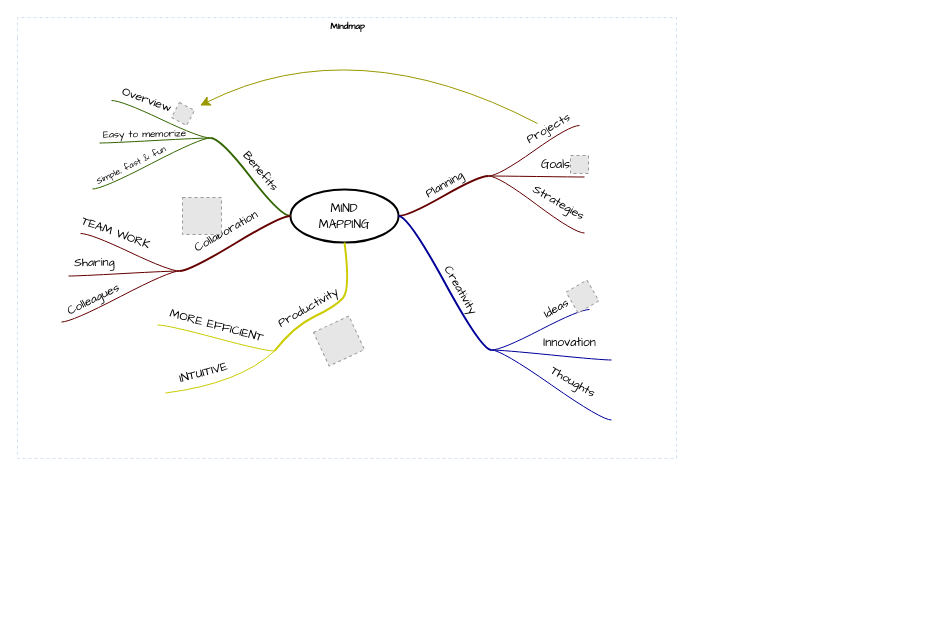
Above: mind_maps.drawio in majarall/majarall (draw.io), before the change. Source tidied: cells renumbered, new cells numbered last; positions are measured from the earlier drawing's top-left corner, leaving out a move shared by most shapes. Both pictures are drawn from the tidied source at 100%, with x=0, y=0 at pixel (17, 17). Pictures stored in the file or linked from it are replaced by grey dashed boxes.
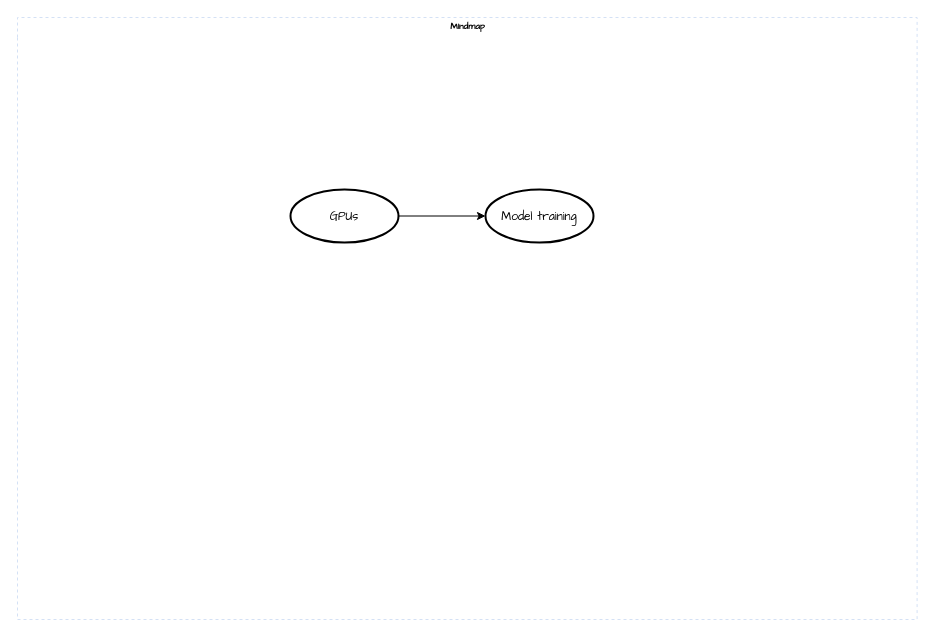
After the change.

Change to the diagram source:
```diff
@@
     <mxCell id="2" value="Mindmap" style="swimlane;html=1;startSize=20;horizontal=1;containerType=tree;labelBackgroundColor=none;strokeColor=#D4E1F5;strokeWidth=1;fillColor=none;fontFamily=Comic Sans MS;fontSize=9;swimlaneLine=0;dashed=1;" parent="1" vertex="1">
-      <mxGeometry width="659" height="441" as="geometry" />
+      <mxGeometry width="899.6" height="602" as="geometry" />
     </mxCell>
+    <mxCell id="72" style="edgeStyle=orthogonalEdgeStyle;rounded=0;jettySize=auto;html=1;entryX=0;entryY=0.5;entryDx=0;entryDy=0;" parent="2" edge="1" source="3" target="73">
+      <mxGeometry relative="1" as="geometry" />
+    </mxCell>
-    <mxCell id="3" value="&lt;font face=&quot;Comic Sans MS&quot;&gt;MIND&lt;br&gt;MAPPING&lt;/font&gt;" style="ellipse;whiteSpace=wrap;html=1;align=center;strokeWidth=2;" parent="2" vertex="1">
+    <mxCell id="3" value="&lt;font face=&quot;Comic Sans MS&quot;&gt;GPUs&lt;/font&gt;" style="ellipse;whiteSpace=wrap;html=1;align=center;strokeWidth=2;" parent="2" vertex="1">
       <mxGeometry x="273" y="172" width="108" height="53" as="geometry" />
     </mxCell>
-    <mxCell id="4" style="whiteSpace=wrap;html=1;rounded=1;arcSize=50;align=center;verticalAlign=middle;strokeWidth=1;spacing=4;" parent="2" vertex="1">
-      <mxGeometry x="471" y="158" height="1" as="geometry" />
-    </mxCell>
-    <mxCell id="5" style="edgeStyle=entityRelationEdgeStyle;startArrow=none;endArrow=none;segment=10;curved=1;strokeWidth=2;strokeColor=#660000;rounded=0;fontSize=12;startSize=8;endSize=8;" parent="2" edge="1" source="3" target="4">
-      <mxGeometry relative="1" as="geometry" />
-    </mxCell>
-    <mxCell id="6" value="Planning" style="text;html=1;align=center;verticalAlign=middle;labelBackgroundColor=none;rotation=-30;fontFamily=Comic Sans MS;" parent="5" vertex="1">
-      <mxGeometry x="0.02" y="2" relative="1" as="geometry">
-        <mxPoint x="1" y="-9" as="offset" />
-      </mxGeometry>
-    </mxCell>
-    <mxCell id="7" style="whiteSpace=wrap;html=1;rounded=1;arcSize=50;align=center;verticalAlign=middle;strokeWidth=1;spacing=4;" parent="2" vertex="1" collapsed="1">
-      <mxGeometry x="562" y="108" width="5" as="geometry" />
-    </mxCell>
-    <mxCell id="8" style="edgeStyle=entityRelationEdgeStyle;startArrow=none;endArrow=none;segment=10;curved=1;strokeColor=#660000;rounded=0;fontSize=12;startSize=8;endSize=8;" parent="2" edge="1" source="4" target="7">
-      <mxGeometry relative="1" as="geometry" />
-    </mxCell>
-    <mxCell id="9" value="Projects" style="text;html=1;points=[];align=center;verticalAlign=middle;labelBackgroundColor=none;fontFamily=Comic Sans MS;rotation=-30;" parent="8" vertex="1">
-      <mxGeometry x="0.26" relative="1" as="geometry">
-        <mxPoint x="3" y="-14" as="offset" />
-      </mxGeometry>
-    </mxCell>
-    <mxCell id="10" style="whiteSpace=wrap;html=1;rounded=1;arcSize=50;align=center;verticalAlign=middle;strokeWidth=1;spacing=4;" parent="2" vertex="1">
-      <mxGeometry x="567" y="159" height="1" as="geometry" />
-    </mxCell>
-    <mxCell id="11" style="edgeStyle=entityRelationEdgeStyle;startArrow=none;endArrow=none;segment=10;curved=1;strokeColor=#660000;rounded=0;fontSize=12;startSize=8;endSize=8;" parent="2" edge="1" source="4" target="10">
-      <mxGeometry relative="1" as="geometry" />
-    </mxCell>
-    <mxCell id="12" value="Goals" style="text;html=1;align=center;verticalAlign=middle;labelBackgroundColor=none;fontFamily=Comic Sans MS;rotation=0;" parent="11" vertex="1">
-      <mxGeometry x="-0.11" y="-1" relative="1" as="geometry">
-        <mxPoint x="24" y="-12" as="offset" />
-      </mxGeometry>
-    </mxCell>
-    <mxCell id="13" style="whiteSpace=wrap;html=1;rounded=1;arcSize=50;align=center;verticalAlign=middle;strokeWidth=1;spacing=4;" parent="2" vertex="1">
-      <mxGeometry x="567" y="215" height="1" as="geometry" />
-    </mxCell>
-    <mxCell id="14" style="edgeStyle=entityRelationEdgeStyle;startArrow=none;endArrow=none;segment=10;curved=1;strokeColor=#660000;rounded=0;fontSize=12;startSize=8;endSize=8;" parent="2" edge="1" source="4" target="13">
-      <mxGeometry relative="1" as="geometry" />
-    </mxCell>
-    <mxCell id="15" value="Strategies" style="text;html=1;align=center;verticalAlign=middle;labelBackgroundColor=none;fontFamily=Comic Sans MS;rotation=30;" parent="14" vertex="1">
-      <mxGeometry x="-0.11" y="-1" relative="1" as="geometry">
-        <mxPoint x="28" y="1" as="offset" />
-      </mxGeometry>
-    </mxCell>
-    <mxCell id="16" style="whiteSpace=wrap;html=1;rounded=1;arcSize=50;align=center;verticalAlign=middle;strokeWidth=1;spacing=4;" parent="2" vertex="1">
-      <mxGeometry x="474" y="332" height="1" as="geometry" />
-    </mxCell>
-    <mxCell id="17" style="edgeStyle=entityRelationEdgeStyle;startArrow=none;endArrow=none;segment=10;curved=1;strokeWidth=2;strokeColor=#000099;rounded=0;fontSize=12;startSize=8;endSize=8;" parent="2" edge="1" source="3" target="16">
-      <mxGeometry relative="1" as="geometry" />
-    </mxCell>
-    <mxCell id="18" value="Creativity" style="text;html=1;align=center;verticalAlign=middle;labelBackgroundColor=none;rotation=60;fontFamily=Comic Sans MS;" parent="17" vertex="1">
-      <mxGeometry x="0.02" y="2" relative="1" as="geometry">
-        <mxPoint x="13" y="6" as="offset" />
-      </mxGeometry>
-    </mxCell>
-    <mxCell id="19" style="whiteSpace=wrap;html=1;rounded=1;arcSize=50;align=center;verticalAlign=middle;strokeWidth=1;spacing=4;" parent="2" vertex="1">
-      <mxGeometry x="572" y="292" width="5" as="geometry" />
-    </mxCell>
-    <mxCell id="20" style="edgeStyle=entityRelationEdgeStyle;startArrow=none;endArrow=none;segment=10;curved=1;strokeColor=#000099;rounded=0;fontSize=12;startSize=8;endSize=8;" parent="2" edge="1" source="16" target="19">
-      <mxGeometry relative="1" as="geometry" />
-    </mxCell>
-    <mxCell id="21" value="Ideas" style="text;html=1;align=center;verticalAlign=middle;labelBackgroundColor=none;fontFamily=Comic Sans MS;rotation=-30;" parent="20" vertex="1">
-      <mxGeometry x="0.26" relative="1" as="geometry">
-        <mxPoint x="3" y="-14" as="offset" />
-      </mxGeometry>
-    </mxCell>
-    <mxCell id="22" style="whiteSpace=wrap;html=1;rounded=1;arcSize=50;align=center;verticalAlign=middle;strokeWidth=1;spacing=4;" parent="2" vertex="1">
-      <mxGeometry x="594" y="342" height="1" as="geometry" />
-    </mxCell>
-    <mxCell id="23" style="edgeStyle=entityRelationEdgeStyle;startArrow=none;endArrow=none;segment=10;curved=1;strokeColor=#000099;rounded=0;fontSize=12;startSize=8;endSize=8;" parent="2" edge="1" source="16" target="22">
-      <mxGeometry relative="1" as="geometry" />
-    </mxCell>
-    <mxCell id="24" value="Innovation" style="text;html=1;align=center;verticalAlign=middle;labelBackgroundColor=none;fontFamily=Comic Sans MS;rotation=0;" parent="23" vertex="1">
-      <mxGeometry x="-0.11" y="-1" relative="1" as="geometry">
-        <mxPoint x="24" y="-12" as="offset" />
-      </mxGeometry>
-    </mxCell>
-    <mxCell id="25" style="whiteSpace=wrap;html=1;rounded=1;arcSize=50;align=center;verticalAlign=middle;strokeWidth=1;spacing=4;" parent="2" vertex="1">
-      <mxGeometry x="594" y="402" height="1" as="geometry" />
-    </mxCell>
-    <mxCell id="26" style="edgeStyle=entityRelationEdgeStyle;startArrow=none;endArrow=none;segment=10;curved=1;strokeColor=#000099;rounded=0;fontSize=12;startSize=8;endSize=8;" parent="2" edge="1" source="16" target="25">
-      <mxGeometry relative="1" as="geometry" />
-    </mxCell>
-    <mxCell id="27" value="Thoughts" style="text;html=1;align=center;verticalAlign=middle;labelBackgroundColor=none;fontFamily=Comic Sans MS;rotation=30;" parent="26" vertex="1">
-      <mxGeometry x="-0.11" y="-1" relative="1" as="geometry">
-        <mxPoint x="28" y="1" as="offset" />
-      </mxGeometry>
-    </mxCell>
-    <mxCell id="28" style="fillColor=#E6E6E6;strokeColor=#999999;dashed=1;html=1;verticalAlign=top;verticalLabelPosition=bottom;labelBackgroundColor=#ffffff;fontFamily=Comic Sans MS;rotation=-30;" parent="2" vertex="1">
-      <mxGeometry x="553" y="267" width="24" height="24" as="geometry" />
-    </mxCell>
-    <mxCell id="29" style="edgeStyle=entityRelationEdgeStyle;jumpStyle=arc;html=1;endArrow=classicThin;endFill=1;jettySize=auto;strokeColor=none;strokeWidth=2;fontFamily=Comic Sans MS;rounded=0;fontSize=12;startSize=8;endSize=8;curved=1;" parent="2" edge="1" source="19" target="28">
-      <mxGeometry relative="1" as="geometry" />
-    </mxCell>
-    <mxCell id="30" style="fillColor=#E6E6E6;strokeColor=#999999;dashed=1;html=1;verticalAlign=top;verticalLabelPosition=bottom;labelBackgroundColor=#ffffff;fontFamily=Comic Sans MS;" parent="2" vertex="1">
-      <mxGeometry x="553" y="138" width="18" height="18" as="geometry" />
-    </mxCell>
-    <mxCell id="31" style="edgeStyle=entityRelationEdgeStyle;jumpStyle=arc;html=1;endArrow=classicThin;endFill=1;jettySize=auto;strokeColor=none;strokeWidth=2;fontFamily=Comic Sans MS;rounded=0;fontSize=12;startSize=8;endSize=8;curved=1;" parent="2" edge="1" source="10" target="30">
-      <mxGeometry relative="1" as="geometry" />
-    </mxCell>
-    <mxCell id="32" style="whiteSpace=wrap;html=1;rounded=1;arcSize=50;align=center;verticalAlign=middle;strokeWidth=1;spacing=4;" parent="2" vertex="1">
-      <mxGeometry x="193" y="120" height="1" as="geometry" />
-    </mxCell>
-    <mxCell id="33" style="edgeStyle=entityRelationEdgeStyle;startArrow=none;endArrow=none;segment=10;curved=1;strokeWidth=2;strokeColor=#336600;rounded=0;fontSize=12;startSize=8;endSize=8;" parent="2" edge="1" source="3" target="32">
-      <mxGeometry relative="1" as="geometry" />
-    </mxCell>
-    <mxCell id="34" value="Benefits" style="text;html=1;align=center;verticalAlign=middle;labelBackgroundColor=none;rotation=50;fontFamily=Comic Sans MS;" parent="33" vertex="1">
-      <mxGeometry x="0.02" y="2" relative="1" as="geometry">
-        <mxPoint x="12" y="-7" as="offset" />
-      </mxGeometry>
-    </mxCell>
-    <mxCell id="35" style="whiteSpace=wrap;html=1;rounded=1;arcSize=50;align=center;verticalAlign=middle;strokeWidth=1;spacing=4;" parent="2" vertex="1">
-      <mxGeometry x="75" y="171" height="1" as="geometry" />
-    </mxCell>
-    <mxCell id="36" style="edgeStyle=entityRelationEdgeStyle;startArrow=none;endArrow=none;segment=10;curved=1;strokeColor=#336600;rounded=0;fontSize=12;startSize=8;endSize=8;" parent="2" edge="1" source="32" target="35">
-      <mxGeometry relative="1" as="geometry" />
-    </mxCell>
-    <mxCell id="37" value="Simple, fast &amp;amp; fun" style="text;html=1;align=center;verticalAlign=middle;labelBackgroundColor=none;fontFamily=Comic Sans MS;rotation=-26;fontSize=9;" parent="36" vertex="1">
-      <mxGeometry x="-0.11" y="-1" relative="1" as="geometry">
-        <mxPoint x="-27" y="7" as="offset" />
-      </mxGeometry>
-    </mxCell>
-    <mxCell id="38" style="whiteSpace=wrap;html=1;rounded=1;arcSize=50;align=center;verticalAlign=middle;strokeWidth=1;spacing=4;" parent="2" vertex="1">
-      <mxGeometry x="82" y="125" height="1" as="geometry" />
-    </mxCell>
-    <mxCell id="39" style="edgeStyle=entityRelationEdgeStyle;startArrow=none;endArrow=none;segment=10;curved=1;strokeColor=#336600;rounded=0;fontSize=12;startSize=8;endSize=8;" parent="2" edge="1" source="32" target="38">
-      <mxGeometry relative="1" as="geometry" />
-    </mxCell>
-    <mxCell id="40" value="Easy to memorize" style="text;html=1;align=center;verticalAlign=middle;labelBackgroundColor=none;fontFamily=Comic Sans MS;rotation=-1;fontSize=10;" parent="39" vertex="1">
-      <mxGeometry x="-0.11" y="-1" relative="1" as="geometry">
-        <mxPoint x="-18" y="-6" as="offset" />
-      </mxGeometry>
-    </mxCell>
-    <mxCell id="41" style="whiteSpace=wrap;html=1;rounded=1;arcSize=50;align=center;verticalAlign=middle;strokeWidth=1;spacing=4;" parent="2" vertex="1" collapsed="1">
-      <mxGeometry x="89" y="83" width="5" as="geometry" />
-    </mxCell>
-    <mxCell id="42" style="edgeStyle=entityRelationEdgeStyle;startArrow=none;endArrow=none;segment=10;curved=1;strokeColor=#336600;rounded=0;fontSize=12;startSize=8;endSize=8;" parent="2" edge="1" source="32" target="41">
-      <mxGeometry relative="1" as="geometry" />
-    </mxCell>
-    <mxCell id="43" value="Overview" style="text;html=1;align=center;verticalAlign=middle;labelBackgroundColor=none;fontFamily=Comic Sans MS;rotation=20;" parent="42" vertex="1">
-      <mxGeometry x="0.26" relative="1" as="geometry">
-        <mxPoint x="-2" y="-13" as="offset" />
-      </mxGeometry>
-    </mxCell>
-    <mxCell id="44" style="fillColor=#E6E6E6;strokeColor=#999999;dashed=1;html=1;verticalAlign=top;verticalLabelPosition=bottom;labelBackgroundColor=#ffffff;fontFamily=Comic Sans MS;fontSize=10;rotation=28;" parent="2" vertex="1">
-      <mxGeometry x="157" y="88" width="17" height="17" as="geometry" />
-    </mxCell>
-    <mxCell id="45" style="endArrow=classic;html=1;curved=1;sourcePerimeterSpacing=10;strokeColor=#999900;targetPerimeterSpacing=7;rounded=0;fontSize=12;startSize=8;endSize=8;" parent="2" edge="1" source="9" target="44">
-      <mxGeometry relative="1" as="geometry">
-        <Array as="points">
-          <mxPoint x="338" y="11" />
-        </Array>
-      </mxGeometry>
-    </mxCell>
-    <mxCell id="46" style="jumpStyle=arc;html=1;endArrow=classicThin;endFill=1;jettySize=auto;strokeColor=none;strokeWidth=2;fontFamily=Comic Sans MS;fontSize=10;rounded=0;startSize=8;endSize=8;curved=1;" parent="2" edge="1" source="32" target="44">
-      <mxGeometry relative="1" as="geometry" />
-    </mxCell>
-    <mxCell id="47" style="whiteSpace=wrap;html=1;rounded=1;arcSize=50;align=center;verticalAlign=middle;strokeWidth=1;spacing=4;" parent="2" vertex="1">
-      <mxGeometry x="162" y="253" height="1" as="geometry" />
-    </mxCell>
-    <mxCell id="48" style="edgeStyle=entityRelationEdgeStyle;startArrow=none;endArrow=none;segment=10;curved=1;strokeWidth=2;strokeColor=#660000;rounded=0;fontSize=12;startSize=8;endSize=8;" parent="2" edge="1" source="3" target="47">
-      <mxGeometry relative="1" as="geometry" />
-    </mxCell>
-    <mxCell id="49" value="Collaboration" style="text;html=1;align=center;verticalAlign=middle;labelBackgroundColor=none;rotation=-30;fontFamily=Comic Sans MS;" parent="48" vertex="1">
-      <mxGeometry x="0.02" y="2" relative="1" as="geometry">
-        <mxPoint x="-10" y="-13" as="offset" />
-      </mxGeometry>
-    </mxCell>
-    <mxCell id="50" style="whiteSpace=wrap;html=1;rounded=1;arcSize=50;align=center;verticalAlign=middle;strokeWidth=1;spacing=4;" parent="2" vertex="1">
-      <mxGeometry x="44" y="304" height="1" as="geometry" />
-    </mxCell>
-    <mxCell id="51" style="edgeStyle=entityRelationEdgeStyle;startArrow=none;endArrow=none;segment=10;curved=1;strokeColor=#660000;rounded=0;fontSize=12;startSize=8;endSize=8;" parent="2" edge="1" source="47" target="50">
-      <mxGeometry relative="1" as="geometry" />
-    </mxCell>
-    <mxCell id="52" value="Colleagues" style="text;html=1;align=center;verticalAlign=middle;labelBackgroundColor=none;fontFamily=Comic Sans MS;rotation=-26;fontSize=12;" parent="51" vertex="1">
-      <mxGeometry x="-0.11" y="-1" relative="1" as="geometry">
-        <mxPoint x="-34" y="8" as="offset" />
-      </mxGeometry>
-    </mxCell>
-    <mxCell id="53" style="whiteSpace=wrap;html=1;rounded=1;arcSize=50;align=center;verticalAlign=middle;strokeWidth=1;spacing=4;" parent="2" vertex="1">
-      <mxGeometry x="51" y="258" height="1" as="geometry" />
-    </mxCell>
-    <mxCell id="54" style="edgeStyle=entityRelationEdgeStyle;startArrow=none;endArrow=none;segment=10;curved=1;strokeColor=#660000;rounded=0;fontSize=12;startSize=8;endSize=8;" parent="2" edge="1" source="47" target="53">
-      <mxGeometry relative="1" as="geometry" />
-    </mxCell>
-    <mxCell id="55" value="Sharing" style="text;html=1;align=center;verticalAlign=middle;labelBackgroundColor=none;fontFamily=Comic Sans MS;rotation=-1;fontSize=12;" parent="54" vertex="1">
-      <mxGeometry x="-0.11" y="-1" relative="1" as="geometry">
-        <mxPoint x="-37" y="-9" as="offset" />
-      </mxGeometry>
-    </mxCell>
-    <mxCell id="56" style="whiteSpace=wrap;html=1;rounded=1;arcSize=50;align=center;verticalAlign=middle;strokeWidth=1;spacing=4;" parent="2" vertex="1" collapsed="1">
-      <mxGeometry x="58" y="216" width="5" as="geometry" />
-    </mxCell>
-    <mxCell id="57" style="edgeStyle=entityRelationEdgeStyle;startArrow=none;endArrow=none;segment=10;curved=1;strokeColor=#660000;rounded=0;fontSize=12;startSize=8;endSize=8;" parent="2" edge="1" source="47" target="56">
-      <mxGeometry relative="1" as="geometry" />
-    </mxCell>
-    <mxCell id="58" value="TEAM WORK" style="text;html=1;align=center;verticalAlign=middle;labelBackgroundColor=none;fontFamily=Comic Sans MS;rotation=20;" parent="57" vertex="1">
-      <mxGeometry x="0.26" relative="1" as="geometry">
-        <mxPoint x="-2" y="-13" as="offset" />
-      </mxGeometry>
-    </mxCell>
-    <mxCell id="59" style="fillColor=#E6E6E6;strokeColor=#999999;dashed=1;html=1;verticalAlign=top;verticalLabelPosition=bottom;labelBackgroundColor=#ffffff;fontFamily=Comic Sans MS;fontSize=12;fontColor=#000000;align=center;" parent="2" vertex="1">
-      <mxGeometry x="165" y="180" width="39" height="37" as="geometry" />
-    </mxCell>
-    <mxCell id="60" style="edgeStyle=none;jumpStyle=arc;html=1;entryX=0.5;entryY=1;entryPerimeter=0;endArrow=classicThin;endFill=1;jettySize=auto;strokeColor=none;strokeWidth=2;fontFamily=Comic Sans MS;fontSize=12;rounded=0;startSize=8;endSize=8;curved=1;" parent="2" edge="1" source="47" target="59">
-      <mxGeometry relative="1" as="geometry" />
-    </mxCell>
-    <mxCell id="61" style="whiteSpace=wrap;html=1;rounded=1;arcSize=50;align=center;verticalAlign=middle;strokeWidth=1;spacing=4;" parent="2" vertex="1">
-      <mxGeometry x="257" y="333" height="1" as="geometry" />
-    </mxCell>
-    <mxCell id="62" style="startArrow=none;endArrow=none;segment=10;strokeWidth=2;strokeColor=#CCCC00;exitX=0.5;exitY=1;curved=1;rounded=0;fontSize=12;startSize=8;endSize=8;" parent="2" edge="1" source="3" target="61">
-      <mxGeometry relative="1" as="geometry">
-        <Array as="points">
-          <mxPoint x="333" y="272" />
-          <mxPoint x="318" y="289" />
-          <mxPoint x="276" y="309" />
-        </Array>
-      </mxGeometry>
-    </mxCell>
-    <mxCell id="63" value="Productivity" style="text;html=1;align=center;verticalAlign=middle;labelBackgroundColor=none;rotation=-30;fontFamily=Comic Sans MS;" parent="62" vertex="1">
-      <mxGeometry x="0.02" y="2" relative="1" as="geometry">
-        <mxPoint x="-24" y="-2" as="offset" />
-      </mxGeometry>
-    </mxCell>
-    <mxCell id="64" style="whiteSpace=wrap;html=1;rounded=1;arcSize=50;align=center;verticalAlign=middle;strokeWidth=1;spacing=4;" parent="2" vertex="1">
-      <mxGeometry x="148" y="375" height="1" as="geometry" />
-    </mxCell>
-    <mxCell id="65" style="startArrow=none;endArrow=none;segment=10;strokeColor=#CCCC00;curved=1;rounded=0;fontSize=12;startSize=8;endSize=8;" parent="2" edge="1" source="61" target="64">
-      <mxGeometry relative="1" as="geometry">
-        <Array as="points">
-          <mxPoint x="222" y="366" />
-        </Array>
-      </mxGeometry>
-    </mxCell>
-    <mxCell id="66" value="INTUITIVE" style="text;html=1;align=center;verticalAlign=middle;labelBackgroundColor=none;fontFamily=Comic Sans MS;rotation=-15;fontSize=12;" parent="65" vertex="1">
-      <mxGeometry x="-0.11" y="-1" relative="1" as="geometry">
-        <mxPoint x="-30" y="-10" as="offset" />
-      </mxGeometry>
-    </mxCell>
-    <mxCell id="67" style="whiteSpace=wrap;html=1;rounded=1;arcSize=50;align=center;verticalAlign=middle;strokeWidth=1;spacing=4;" parent="2" vertex="1">
-      <mxGeometry x="140" y="307" height="1" as="geometry" />
-    </mxCell>
-    <mxCell id="68" style="edgeStyle=entityRelationEdgeStyle;startArrow=none;endArrow=none;segment=10;curved=1;strokeColor=#CCCC00;rounded=0;fontSize=12;startSize=8;endSize=8;" parent="2" edge="1" source="61" target="67">
-      <mxGeometry relative="1" as="geometry" />
-    </mxCell>
-    <mxCell id="69" value="MORE EFFICIENT" style="text;html=1;align=center;verticalAlign=middle;labelBackgroundColor=none;fontFamily=Comic Sans MS;rotation=15;fontSize=12;" parent="68" vertex="1">
-      <mxGeometry x="-0.11" y="-1" relative="1" as="geometry">
-        <mxPoint x="-6" y="-13" as="offset" />
-      </mxGeometry>
-    </mxCell>
-    <mxCell id="70" style="fillColor=#E6E6E6;strokeColor=#999999;dashed=1;html=1;verticalAlign=top;verticalLabelPosition=bottom;labelBackgroundColor=#ffffff;fontFamily=Comic Sans MS;fontSize=12;fontColor=#000000;align=center;rotation=-25;" parent="2" vertex="1">
-      <mxGeometry x="302" y="305" width="39" height="37" as="geometry" />
-    </mxCell>
-    <mxCell id="71" style="edgeStyle=none;jumpStyle=arc;html=1;entryX=0.5;entryY=1;entryPerimeter=0;endArrow=classicThin;endFill=1;jettySize=auto;strokeColor=none;strokeWidth=2;fontFamily=Comic Sans MS;fontSize=12;rounded=0;startSize=8;endSize=8;curved=1;" parent="2" edge="1" source="61" target="70">
-      <mxGeometry relative="1" as="geometry" />
-    </mxCell>
+    <mxCell id="73" value="&lt;font face=&quot;Comic Sans MS&quot;&gt;Model training &lt;br&gt;&lt;/font&gt;" style="ellipse;whiteSpace=wrap;html=1;align=center;strokeWidth=2;" parent="2" vertex="1">
+      <mxGeometry x="468" y="172" width="108" height="53" as="geometry" />
+    </mxCell>
```
